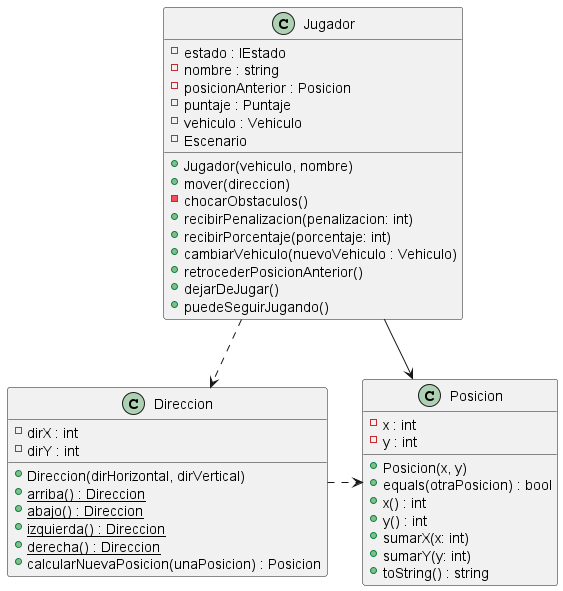
This is diagrams/classes/Jugador/diagrama_jugador_03_movimiento.png from NestorPala/T17-GPSChallenge, a PlantUML export, as it was before one commit.
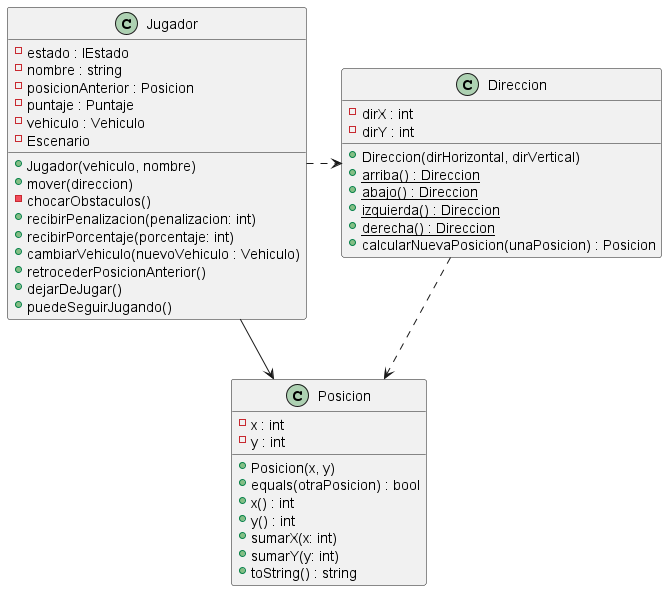
Above is the later version.

Diff of the diagram source:
```diff
@@ -42,7 +42,7 @@
 }
 
 Jugador -> Posicion
-Jugador ..> Direccion
-Direccion .> Posicion
+Jugador .> Direccion
+Direccion ..> Posicion
 
 @enduml
```
